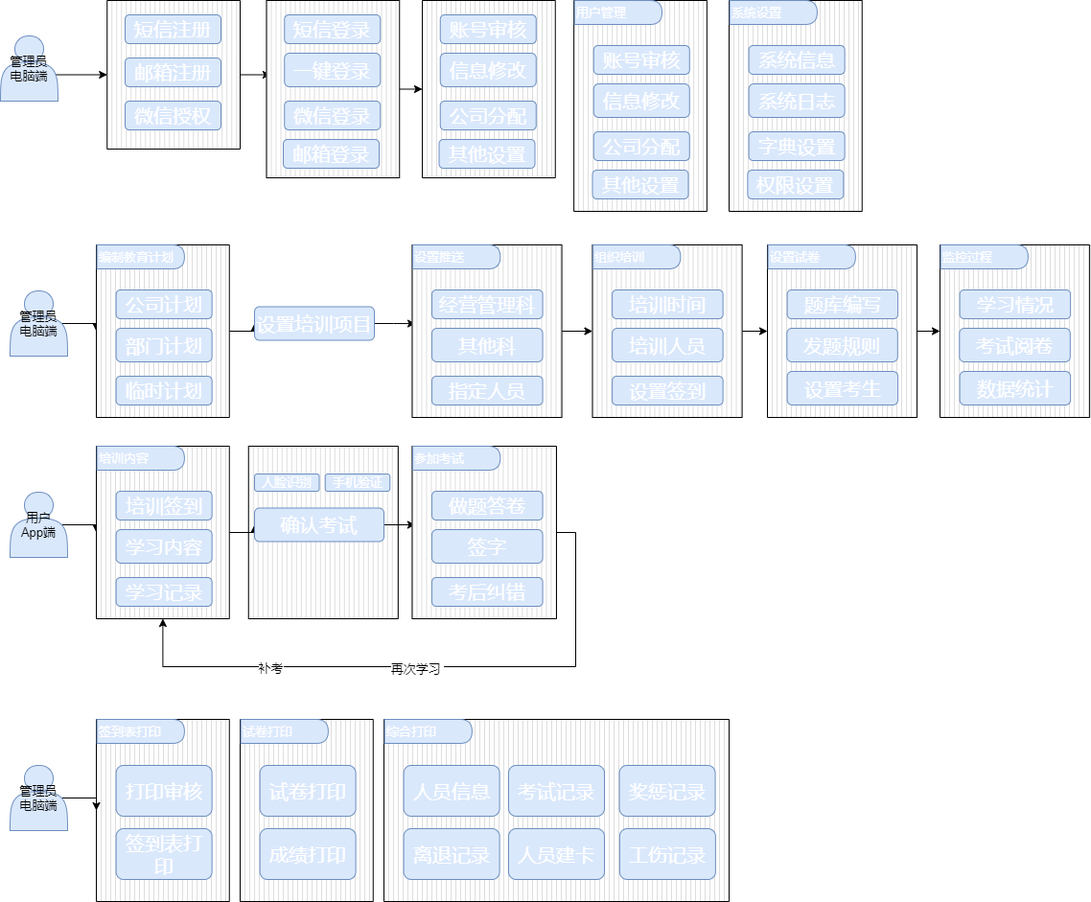
This is Untitled Diagram.drawio.png from lenonjone/Toolkits, a draw.io export, as it was before one commit. Source tidied: cells renumbered, new cells last; positions are measured from the earlier drawing's top-left corner, leaving out a move shared by most shapes.
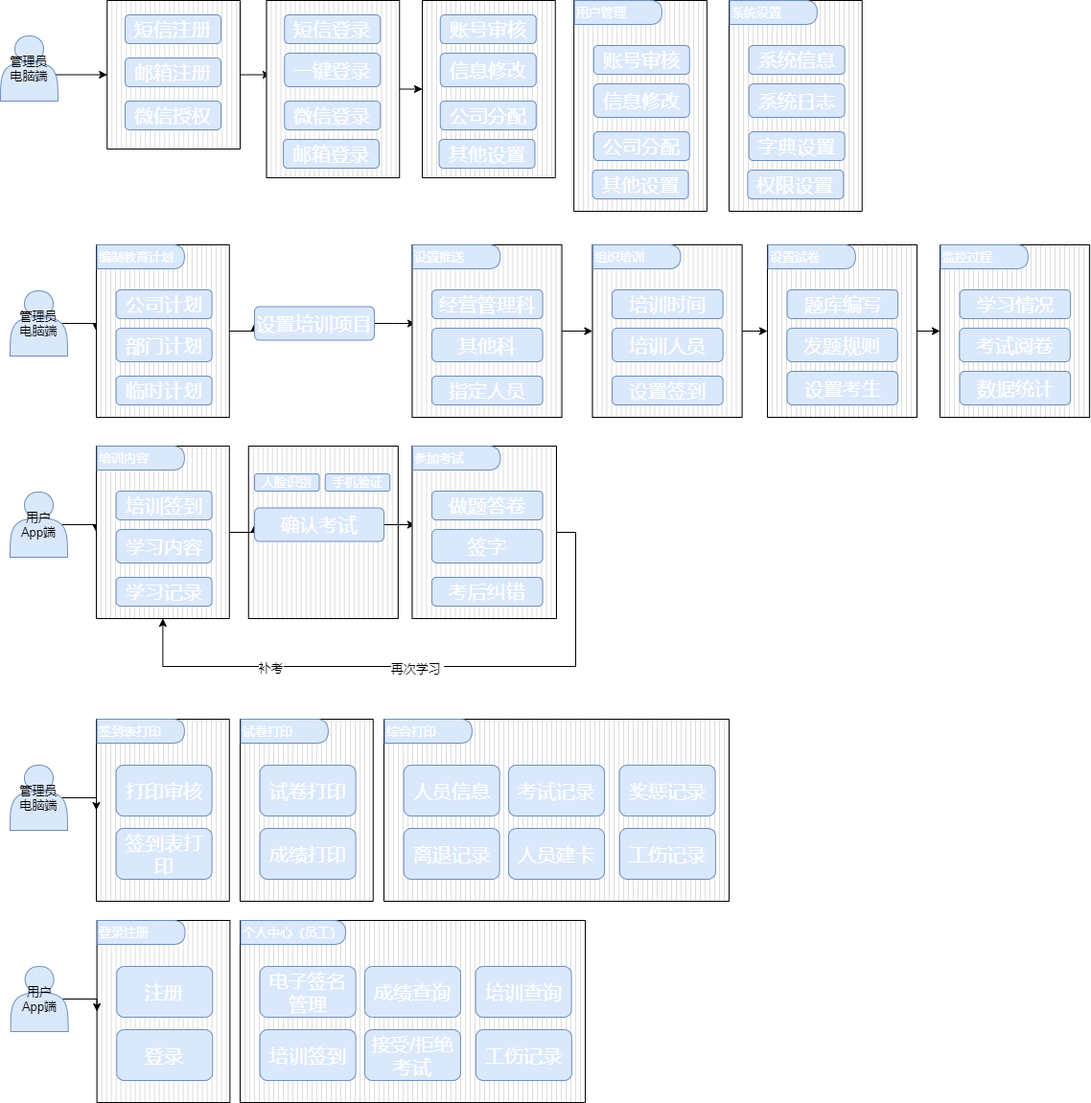
The same diagram one commit later.

Diff of the diagram source:
```diff
@@ -316,5 +316,47 @@
     <mxCell id="103" value="工伤记录" style="rounded=1;whiteSpace=wrap;html=1;fillColor=#dae8fc;strokeColor=#6c8ebf;fontColor=#FFFFFF;fontStyle=0;fontSize=20;" parent="1" vertex="1">
       <mxGeometry x="645.9" y="864" width="100" height="53" as="geometry" />
     </mxCell>
+    <mxCell id="104" style="verticalLabelPosition=bottom;verticalAlign=top;html=1;shape=mxgraph.basic.patternFillRect;fillStyle=vert;step=5;fillStrokeWidth=0.2;fillStrokeColor=#dddddd;fontSize=13;fontColor=#FFFFFF;" parent="1" vertex="1">
+      <mxGeometry x="100.6" y="960" width="138.8" height="190" as="geometry" />
+    </mxCell>
+    <mxCell id="105" style="edgeStyle=orthogonalEdgeStyle;rounded=0;jettySize=auto;html=1;exitX=0.9;exitY=0.5;exitDx=0;exitDy=0;exitPerimeter=0;entryX=0;entryY=0.5;entryDx=0;entryDy=0;entryPerimeter=0;fontSize=13;fontColor=#FFFFFF;" parent="1" edge="1" source="106" target="104">
+      <mxGeometry relative="1" as="geometry" />
+    </mxCell>
+    <mxCell id="106" value="用户&lt;br&gt;App端" style="shape=actor;whiteSpace=wrap;html=1;fontSize=13;fillColor=#dae8fc;strokeColor=#6c8ebf;" parent="1" vertex="1">
+      <mxGeometry x="10.6" y="1008" width="60" height="68" as="geometry" />
+    </mxCell>
+    <mxCell id="107" value="注册" style="rounded=1;whiteSpace=wrap;html=1;fillColor=#dae8fc;strokeColor=#6c8ebf;fontColor=#FFFFFF;fontStyle=0;fontSize=20;" parent="1" vertex="1">
+      <mxGeometry x="121.2" y="1008" width="100" height="53" as="geometry" />
+    </mxCell>
+    <mxCell id="108" value="登录" style="rounded=1;whiteSpace=wrap;html=1;fillColor=#dae8fc;strokeColor=#6c8ebf;fontColor=#FFFFFF;fontStyle=0;fontSize=20;" parent="1" vertex="1">
+      <mxGeometry x="121.2" y="1074" width="100" height="53" as="geometry" />
+    </mxCell>
+    <mxCell id="109" value="登录注册" style="shape=delay;whiteSpace=wrap;html=1;fontSize=13;align=left;fillColor=#dae8fc;strokeColor=#6c8ebf;fontColor=#FFFFFF;" parent="1" vertex="1">
+      <mxGeometry x="101.2" y="960" width="91.2" height="25" as="geometry" />
+    </mxCell>
+    <mxCell id="110" style="verticalLabelPosition=bottom;verticalAlign=top;html=1;shape=mxgraph.basic.patternFillRect;fillStyle=vert;step=5;fillStrokeWidth=0.2;fillStrokeColor=#dddddd;fontSize=13;fontColor=#FFFFFF;" parent="1" vertex="1">
+      <mxGeometry x="250" y="960" width="360" height="190" as="geometry" />
+    </mxCell>
+    <mxCell id="111" value="电子签名管理" style="rounded=1;whiteSpace=wrap;html=1;fillColor=#dae8fc;strokeColor=#6c8ebf;fontColor=#FFFFFF;fontStyle=0;fontSize=20;" parent="1" vertex="1">
+      <mxGeometry x="270.6" y="1008" width="100" height="53" as="geometry" />
+    </mxCell>
+    <mxCell id="112" value="培训签到" style="rounded=1;whiteSpace=wrap;html=1;fillColor=#dae8fc;strokeColor=#6c8ebf;fontColor=#FFFFFF;fontStyle=0;fontSize=20;" parent="1" vertex="1">
+      <mxGeometry x="270.6" y="1074" width="100" height="53" as="geometry" />
+    </mxCell>
+    <mxCell id="113" value="个人中心（员工）" style="shape=delay;whiteSpace=wrap;html=1;fontSize=13;align=left;fillColor=#dae8fc;strokeColor=#6c8ebf;fontColor=#FFFFFF;" parent="1" vertex="1">
+      <mxGeometry x="250.6" y="960" width="109.4" height="25" as="geometry" />
+    </mxCell>
+    <mxCell id="114" value="成绩查询" style="rounded=1;whiteSpace=wrap;html=1;fillColor=#dae8fc;strokeColor=#6c8ebf;fontColor=#FFFFFF;fontStyle=0;fontSize=20;" parent="1" vertex="1">
+      <mxGeometry x="380" y="1008" width="100" height="53" as="geometry" />
+    </mxCell>
+    <mxCell id="115" value="接受/拒绝考试" style="rounded=1;whiteSpace=wrap;html=1;fillColor=#dae8fc;strokeColor=#6c8ebf;fontColor=#FFFFFF;fontStyle=0;fontSize=20;" parent="1" vertex="1">
+      <mxGeometry x="380" y="1074" width="100" height="53" as="geometry" />
+    </mxCell>
+    <mxCell id="116" value="培训查询" style="rounded=1;whiteSpace=wrap;html=1;fillColor=#dae8fc;strokeColor=#6c8ebf;fontColor=#FFFFFF;fontStyle=0;fontSize=20;" parent="1" vertex="1">
+      <mxGeometry x="495.6" y="1008" width="100" height="53" as="geometry" />
+    </mxCell>
+    <mxCell id="117" value="工伤记录" style="rounded=1;whiteSpace=wrap;html=1;fillColor=#dae8fc;strokeColor=#6c8ebf;fontColor=#FFFFFF;fontStyle=0;fontSize=20;" parent="1" vertex="1">
+      <mxGeometry x="495.9" y="1074" width="100" height="53" as="geometry" />
+    </mxCell>
   </root>
 </mxGraphModel>
```
